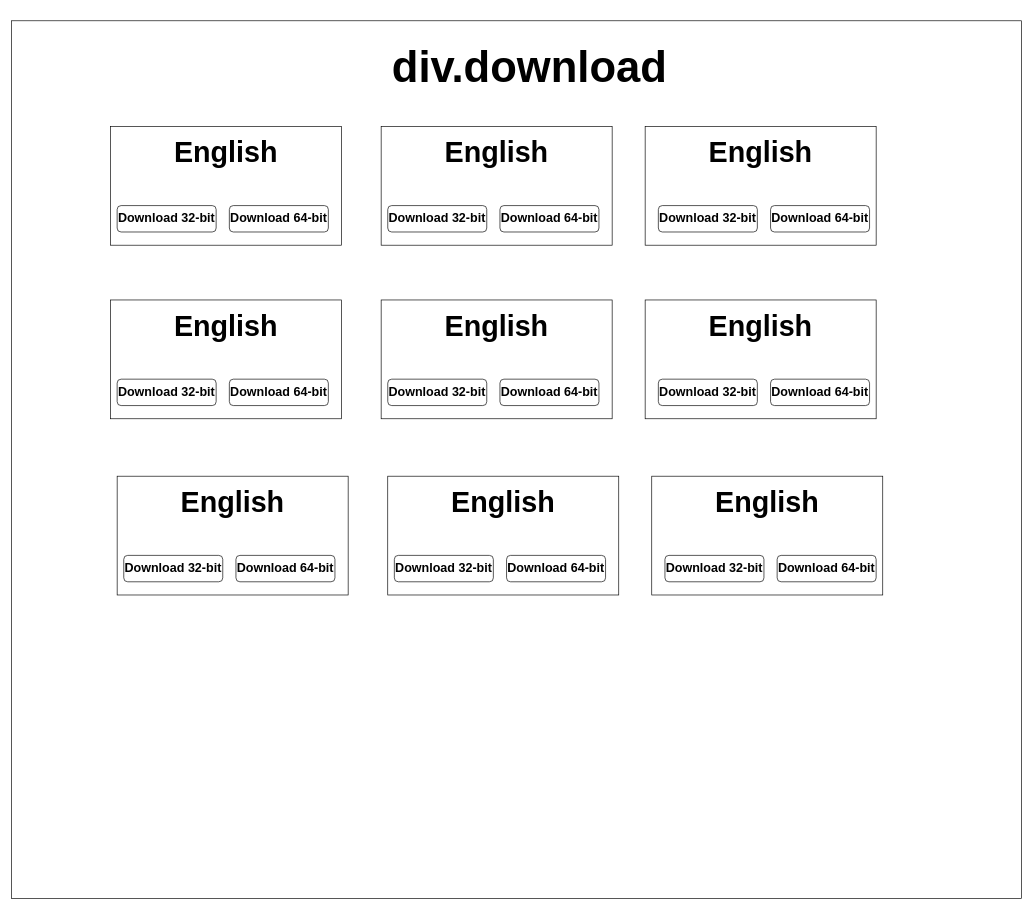
Bhagat-Nirnay/Quick_Quiz keeps this draw.io diagram as Ultra_edit.drawio. Above is the earlier version. Source tidied: cells renumbered, new cells numbered last; positions are measured from the earlier drawing's top-left corner, leaving out a move shared by most shapes. Both pictures are drawn from the tidied source at 66%, with x=0, y=0 at pixel (11, 20).
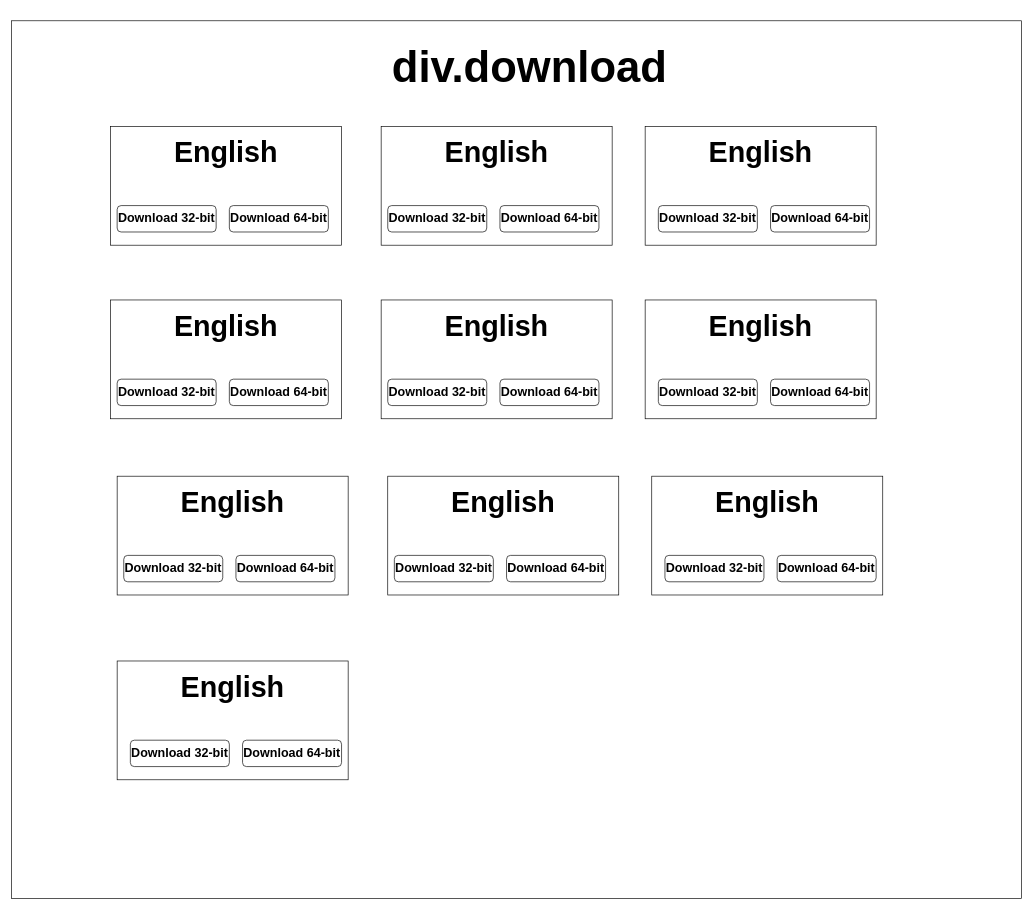
Above is the later version.

Diff of the diagram source:
```diff
@@
+    <mxCell id="40" style="rounded=0;whiteSpace=wrap;html=1;" parent="1" vertex="1">
+      <mxGeometry x="160" y="970" width="350" height="180" as="geometry" />
+    </mxCell>
+    <mxCell id="41" value="&lt;h2&gt;English&lt;/h2&gt;" style="text;html=1;strokeColor=none;fillColor=none;align=center;verticalAlign=middle;whiteSpace=wrap;rounded=0;fontSize=29;" parent="1" vertex="1">
+      <mxGeometry x="235" y="980" width="200" height="60" as="geometry" />
+    </mxCell>
+    <mxCell id="42" value="&lt;h4&gt;Download 32-bit&lt;/h4&gt;" style="rounded=1;whiteSpace=wrap;html=1;fontSize=19;" parent="1" vertex="1">
+      <mxGeometry x="180" y="1090" width="150" height="40" as="geometry" />
+    </mxCell>
+    <mxCell id="43" value="&lt;h4&gt;Download 64-bit&lt;/h4&gt;" style="rounded=1;whiteSpace=wrap;html=1;fontSize=19;" parent="1" vertex="1">
+      <mxGeometry x="350" y="1090" width="150" height="40" as="geometry" />
+    </mxCell>
```
